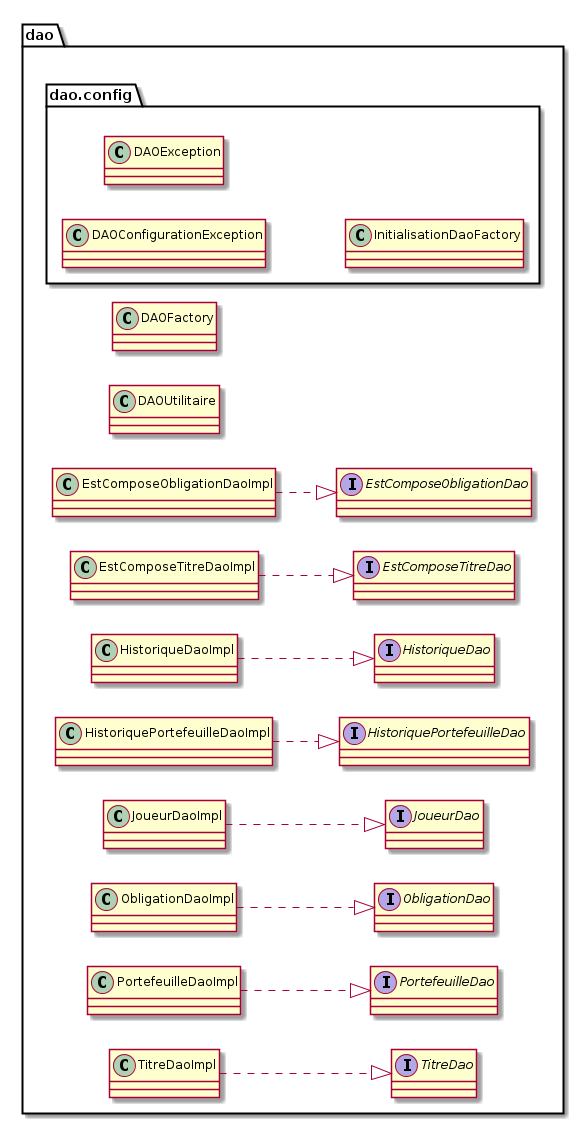
The PlantUML diagram Diapo/src/images/packageDAO.png in dpointin/pfe_plateforme, before a commit. Source of this version:
```plantuml
@startuml

package dao <<Folder>> {
    package dao.config <<Folder>> {
      class DAOConfigurationException
      class DAOException
      class InitialisationDaoFactory
    }
    class DAOFactory
    class DAOUtilitaire
    interface EstComposeObligationDao
    interface EstComposeTitreDao
    interface HistoriqueDao
    interface HistoriquePortefeuilleDao
    interface JoueurDao
    interface ObligationDao
    interface PortefeuilleDao
    interface TitreDao
    class EstComposeObligationDaoImpl
    class EstComposeTitreDaoImpl
    class HistoriqueDaoImpl
    class HistoriquePortefeuilleDaoImpl
    class JoueurDaoImpl
    class ObligationDaoImpl
    class PortefeuilleDaoImpl
    class TitreDaoImpl
}
left to right direction

EstComposeObligationDaoImpl ..|> EstComposeObligationDao
EstComposeTitreDaoImpl ..|> EstComposeTitreDao
HistoriqueDaoImpl ..|> HistoriqueDao
HistoriquePortefeuilleDaoImpl ..|> HistoriquePortefeuilleDao
JoueurDaoImpl ..|> JoueurDao
ObligationDaoImpl ..|> ObligationDao
PortefeuilleDaoImpl ..|> PortefeuilleDao
TitreDaoImpl ..|> TitreDao

@enduml
```
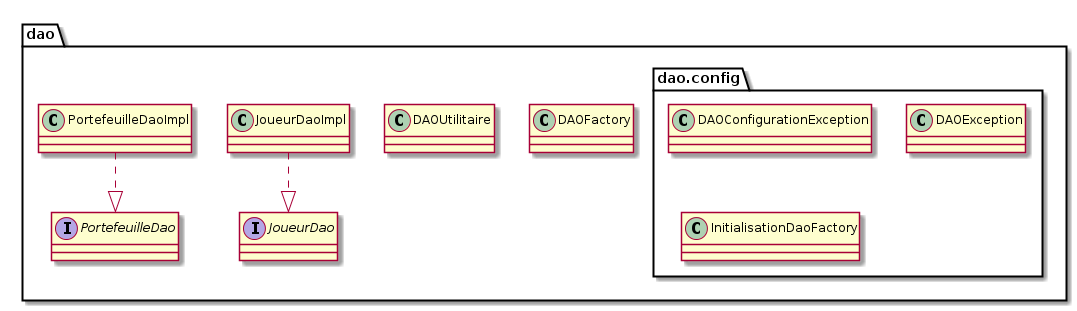
The same file after the commit.

The edit, as a diff of the source:
```diff
@@ -8,32 +8,14 @@
     }
     class DAOFactory
     class DAOUtilitaire
-    interface EstComposeObligationDao
-    interface EstComposeTitreDao
-    interface HistoriqueDao
-    interface HistoriquePortefeuilleDao
     interface JoueurDao
-    interface ObligationDao
     interface PortefeuilleDao
-    interface TitreDao
-    class EstComposeObligationDaoImpl
-    class EstComposeTitreDaoImpl
-    class HistoriqueDaoImpl
-    class HistoriquePortefeuilleDaoImpl
     class JoueurDaoImpl
-    class ObligationDaoImpl
     class PortefeuilleDaoImpl
-    class TitreDaoImpl
 }
-left to right direction
 
-EstComposeObligationDaoImpl ..|> EstComposeObligationDao
-EstComposeTitreDaoImpl ..|> EstComposeTitreDao
-HistoriqueDaoImpl ..|> HistoriqueDao
-HistoriquePortefeuilleDaoImpl ..|> HistoriquePortefeuilleDao
 JoueurDaoImpl ..|> JoueurDao
-ObligationDaoImpl ..|> ObligationDao
 PortefeuilleDaoImpl ..|> PortefeuilleDao
-TitreDaoImpl ..|> TitreDao
 
+DAOFactory -left[hidden] DAOUtilitaire
 @enduml
```
